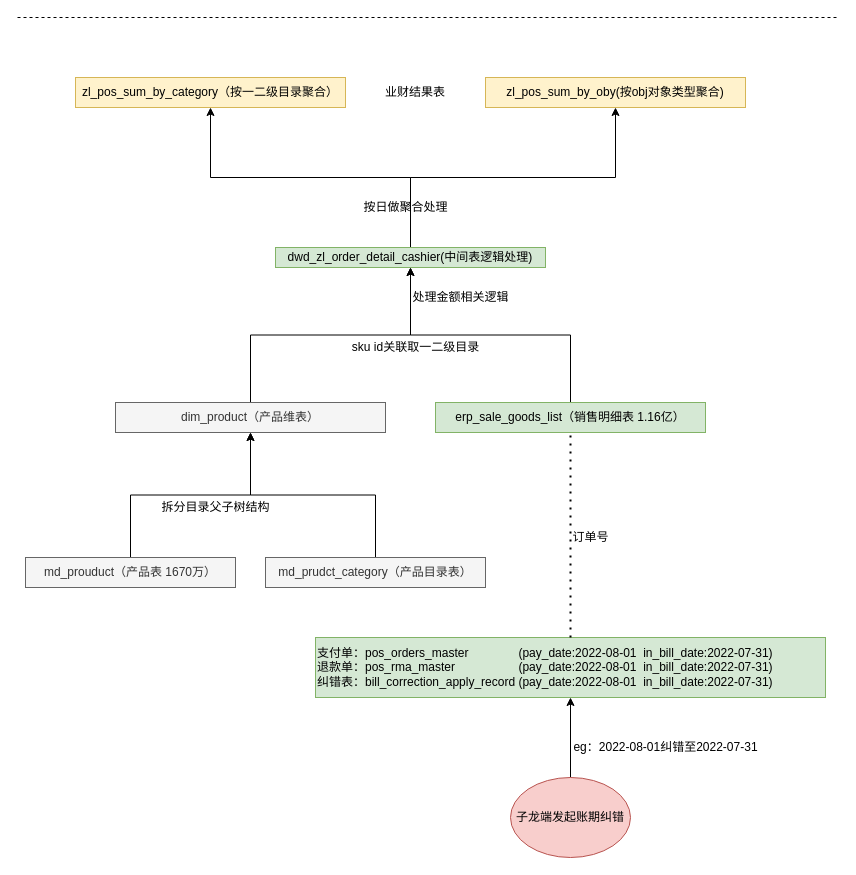
This is 日营收汇总取值逻辑.drawio from jchen811/draw, a draw.io file, before an edit. Source tidied: cells renumbered, new cells numbered last; positions are measured from the earlier drawing's top-left corner, leaving out a move shared by most shapes. Both pictures are drawn from the tidied source at 100%, with x=0, y=0 at pixel (17, 17).
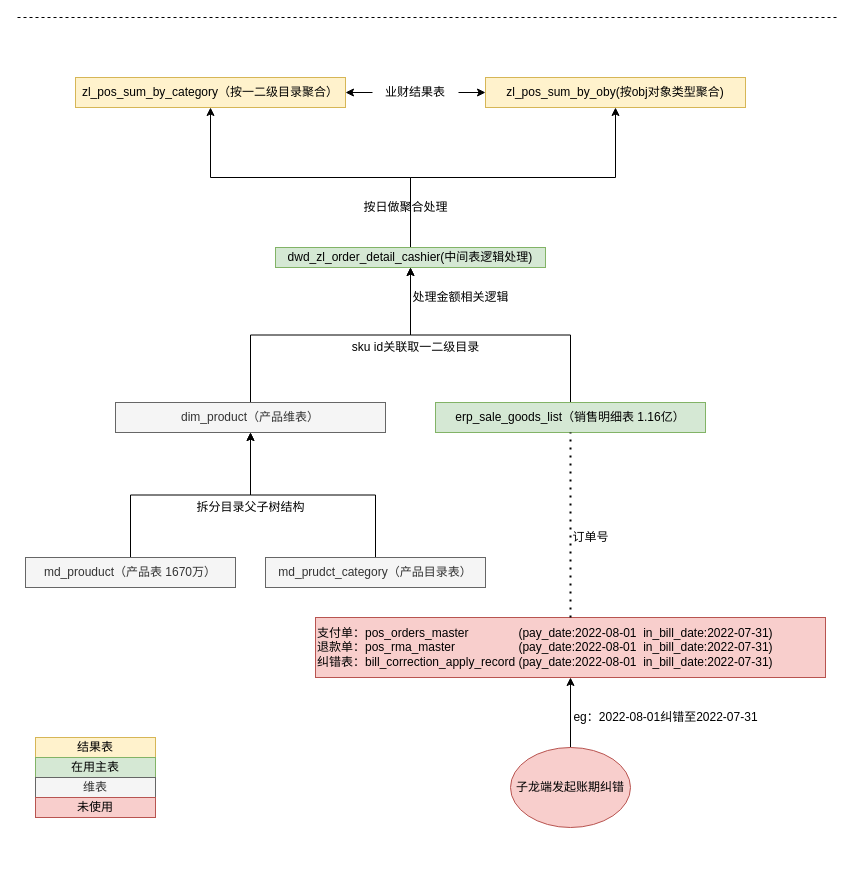
After the change.

Commit message (it also covers changes not shown here):
更新日营收汇总取值逻辑.drawio

Unchanged cells that the change refers to:
```xml
<mxCell id="9" value="zl_pos_sum_by_category（按一二级目录聚合）" style="rounded=0;whiteSpace=wrap;html=1;fillColor=#fff2cc;strokeColor=#d6b656;" parent="1" vertex="1">
  <mxGeometry x="58" y="60" width="270" height="30" as="geometry" />
</mxCell>
<mxCell id="10" value="zl_pos_sum_by_oby(按obj对象类型聚合)" style="rounded=0;whiteSpace=wrap;html=1;fillColor=#fff2cc;strokeColor=#d6b656;" parent="1" vertex="1">
  <mxGeometry x="468" y="60" width="260" height="30" as="geometry" />
</mxCell>
<mxCell id="26" value="业财结果表" style="text;html=1;strokeColor=none;fillColor=none;align=center;verticalAlign=middle;whiteSpace=wrap;rounded=0;" parent="1" vertex="1">
  <mxGeometry x="355" y="60" width="86" height="30" as="geometry" />
</mxCell>
```

Diff of the diagram source:
```diff
@@
     <mxCell id="16" value="拆分目录父子树结构" style="text;html=1;align=center;verticalAlign=middle;strokeColor=none;fillColor=none;" parent="1" vertex="1">
-      <mxGeometry x="138" y="480" width="120" height="20" as="geometry" />
+      <mxGeometry x="173" y="480" width="120" height="20" as="geometry" />
     </mxCell>
@@
-    <mxCell id="19" value="支付单：pos_orders_master&amp;nbsp; &amp;nbsp; &amp;nbsp; &amp;nbsp; &amp;nbsp; &amp;nbsp; &amp;nbsp; &amp;nbsp;(pay_date:2022-08-01&amp;nbsp; in_bill_date:2022-07-31)&lt;br&gt;退款单：pos_rma_master&amp;nbsp; &amp;nbsp; &amp;nbsp; &amp;nbsp; &amp;nbsp; &amp;nbsp; &amp;nbsp; &amp;nbsp; &amp;nbsp; &amp;nbsp;(pay_date:2022-08-01&amp;nbsp; in_bill_date:2022-07-31)&lt;br&gt;纠错表：bill_correction_apply_record (pay_date:2022-08-01&amp;nbsp; in_bill_date:2022-07-31)" style="rounded=0;whiteSpace=wrap;html=1;fillColor=#d5e8d4;strokeColor=#82b366;align=left;" parent="1" vertex="1">
-      <mxGeometry x="298" y="620" width="510" height="60" as="geometry" />
+    <mxCell id="19" value="支付单：pos_orders_master&amp;nbsp; &amp;nbsp; &amp;nbsp; &amp;nbsp; &amp;nbsp; &amp;nbsp; &amp;nbsp; &amp;nbsp;(pay_date:2022-08-01&amp;nbsp; in_bill_date:2022-07-31)&lt;br&gt;退款单：pos_rma_master&amp;nbsp; &amp;nbsp; &amp;nbsp; &amp;nbsp; &amp;nbsp; &amp;nbsp; &amp;nbsp; &amp;nbsp; &amp;nbsp; &amp;nbsp;(pay_date:2022-08-01&amp;nbsp; in_bill_date:2022-07-31)&lt;br&gt;纠错表：bill_correction_apply_record (pay_date:2022-08-01&amp;nbsp; in_bill_date:2022-07-31)" style="rounded=0;whiteSpace=wrap;html=1;fillColor=#f8cecc;strokeColor=#b85450;align=left;" parent="1" vertex="1">
+      <mxGeometry x="298" y="600" width="510" height="60" as="geometry" />
     </mxCell>
@@
     <mxCell id="21" value="子龙端发起账期纠错" style="ellipse;whiteSpace=wrap;html=1;fillColor=#f8cecc;strokeColor=#b85450;" parent="1" vertex="1">
-      <mxGeometry x="493" y="760" width="120" height="80" as="geometry" />
+      <mxGeometry x="493" y="730" width="120" height="80" as="geometry" />
     </mxCell>
@@
     <mxCell id="24" value="eg：2022-08-01纠错至2022-07-31" style="text;html=1;align=center;verticalAlign=middle;strokeColor=none;fillColor=none;" parent="1" vertex="1">
-      <mxGeometry x="548" y="720" width="200" height="20" as="geometry" />
+      <mxGeometry x="548" y="690" width="200" height="20" as="geometry" />
     </mxCell>
@@
+    <mxCell id="27" style="edgeStyle=orthogonalEdgeStyle;rounded=0;jettySize=auto;html=1;" parent="1" edge="1" source="26" target="9">
+      <mxGeometry relative="1" as="geometry" />
+    </mxCell>
+    <mxCell id="28" style="edgeStyle=orthogonalEdgeStyle;rounded=0;jettySize=auto;html=1;" parent="1" edge="1" source="26" target="10">
+      <mxGeometry relative="1" as="geometry" />
+    </mxCell>
@@
+    <mxCell id="29" value="结果表" style="rounded=0;whiteSpace=wrap;html=1;fillColor=#fff2cc;strokeColor=#d6b656;" parent="1" vertex="1">
+      <mxGeometry x="18" y="720" width="120" height="20" as="geometry" />
+    </mxCell>
+    <mxCell id="30" value="在用主表" style="rounded=0;whiteSpace=wrap;html=1;fillColor=#d5e8d4;strokeColor=#82b366;" parent="1" vertex="1">
+      <mxGeometry x="18" y="740" width="120" height="20" as="geometry" />
+    </mxCell>
+    <mxCell id="31" value="维表" style="rounded=0;whiteSpace=wrap;html=1;fillColor=#f5f5f5;fontColor=#333333;strokeColor=#666666;" parent="1" vertex="1">
+      <mxGeometry x="18" y="760" width="120" height="20" as="geometry" />
+    </mxCell>
+    <mxCell id="32" value="未使用" style="rounded=0;whiteSpace=wrap;html=1;fillColor=#f8cecc;strokeColor=#b85450;" parent="1" vertex="1">
+      <mxGeometry x="18" y="780" width="120" height="20" as="geometry" />
+    </mxCell>
```
